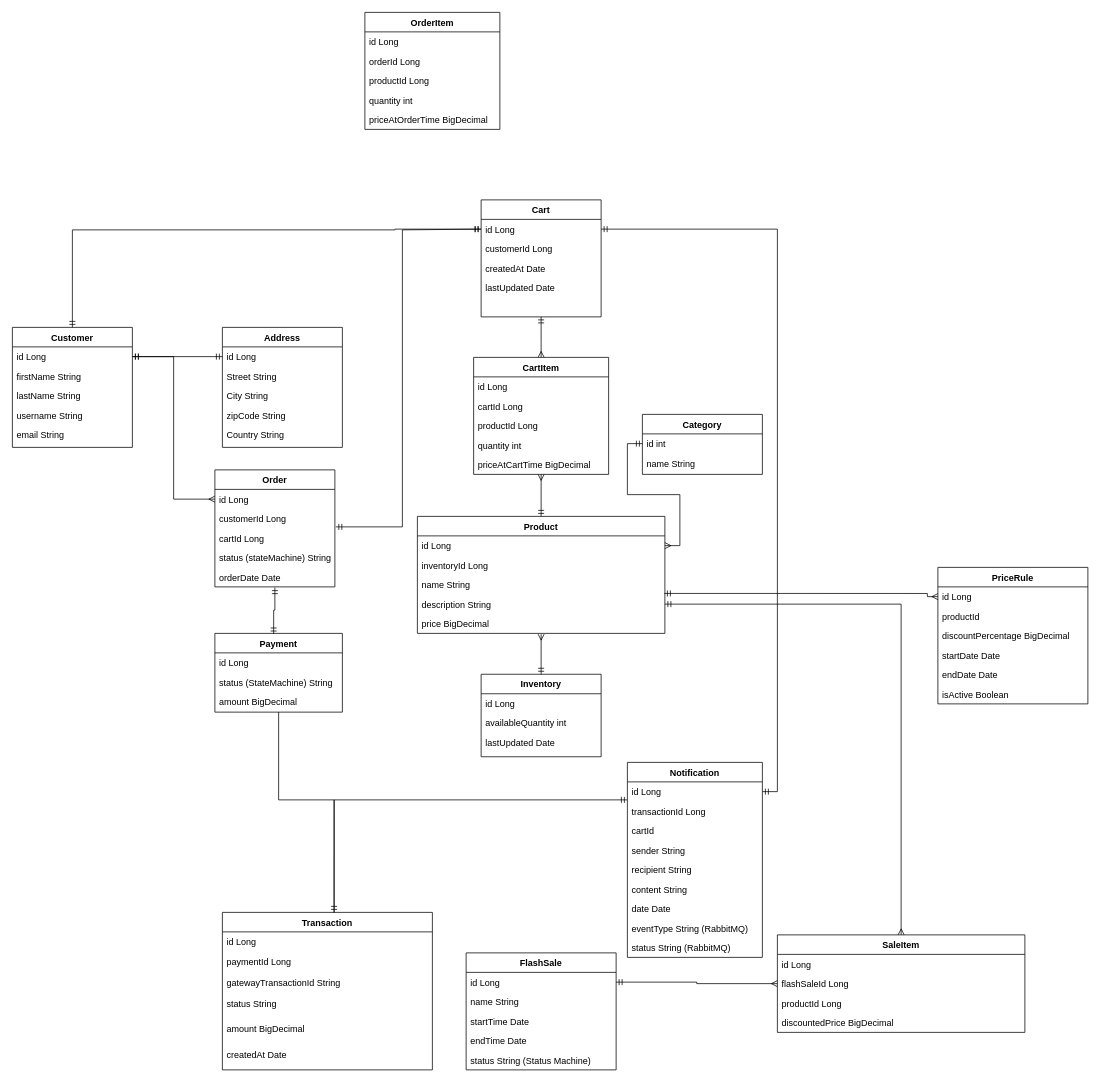
ahmedadel20/Bazaar keeps this draw.io diagram as diagrams/E-commerce Class Diagram.drawio. Above is the earlier version. Source tidied: cells renumbered, new cells numbered last; positions are measured from the earlier drawing's top-left corner, leaving out a move shared by most shapes. Both pictures are drawn from the tidied source at 75%, with x=0, y=0 at pixel (12, 12).
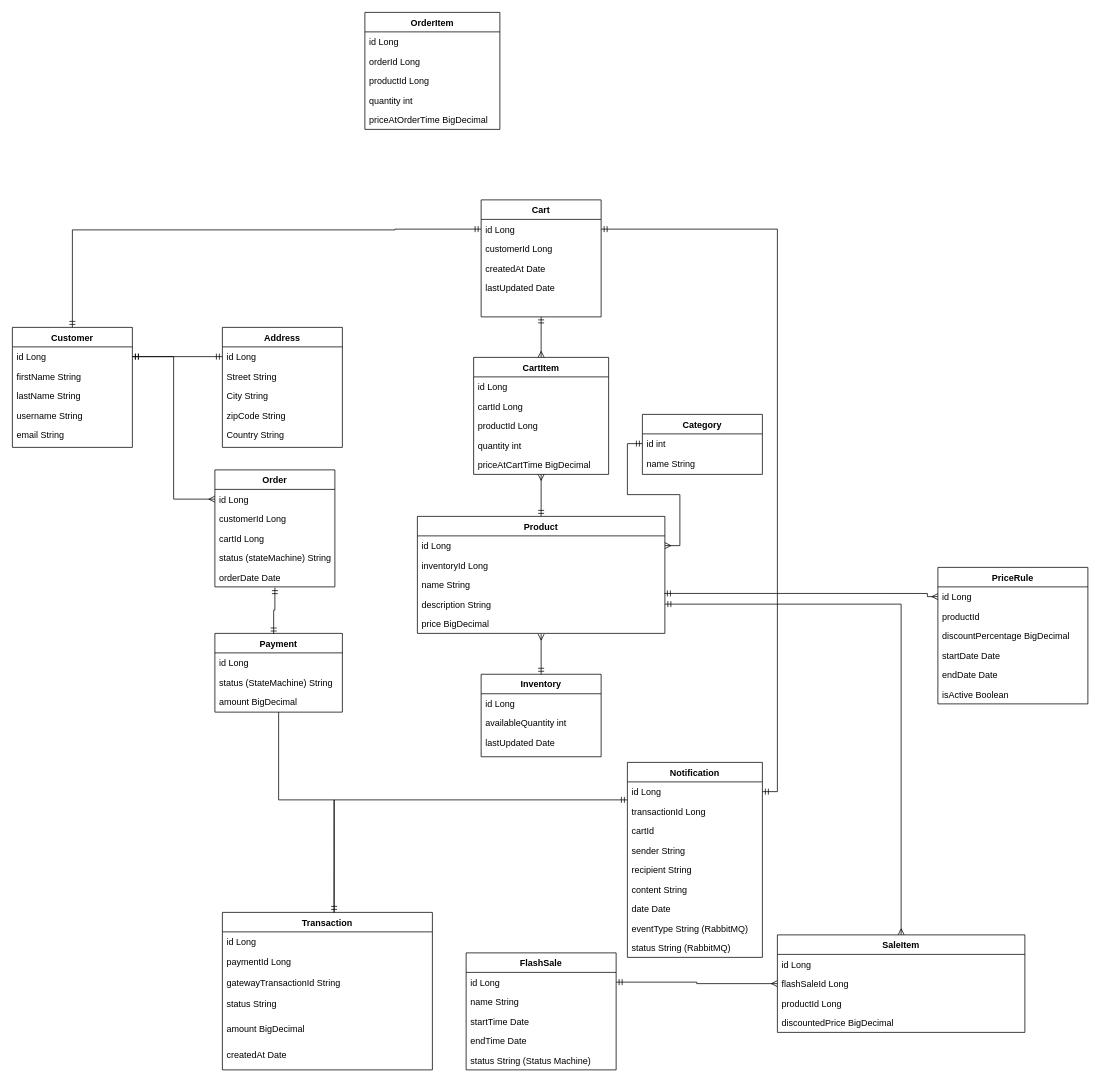
After the change.

The change refers to these unchanged cells:
```xml
<mxCell id="28" value="customerId Long" style="text;align=left;verticalAlign=top;spacingLeft=4;spacingRight=4;overflow=hidden;points=[[0,0.5],[1,0.5]];portConstraint=eastwest;" parent="26" vertex="1">
  <mxGeometry y="52" width="160" height="26" as="geometry" />
</mxCell>
<mxCell id="60" value="id Long" style="text;align=left;verticalAlign=top;spacingLeft=4;spacingRight=4;overflow=hidden;points=[[0,0.5],[1,0.5]];portConstraint=eastwest;" parent="59" vertex="1">
  <mxGeometry y="26" width="160" height="26" as="geometry" />
</mxCell>
```

What changed in the source:
```diff
@@
-    <mxCell id="25" style="edgeStyle=orthogonalEdgeStyle;rounded=0;jettySize=auto;html=1;startArrow=ERmandOne;startFill=0;endArrow=ERmandOne;endFill=0;exitX=1.008;exitY=0.923;exitDx=0;exitDy=0;exitPerimeter=0;entryX=0;entryY=0.5;entryDx=0;entryDy=0;" parent="1" edge="1" source="28" target="60">
-      <mxGeometry relative="1" as="geometry">
-        <Array as="points">
-          <mxPoint x="520" y="686" />
-          <mxPoint x="520" y="290" />
-          <mxPoint x="625" y="290" />
-        </Array>
-      </mxGeometry>
-    </mxCell>
```
